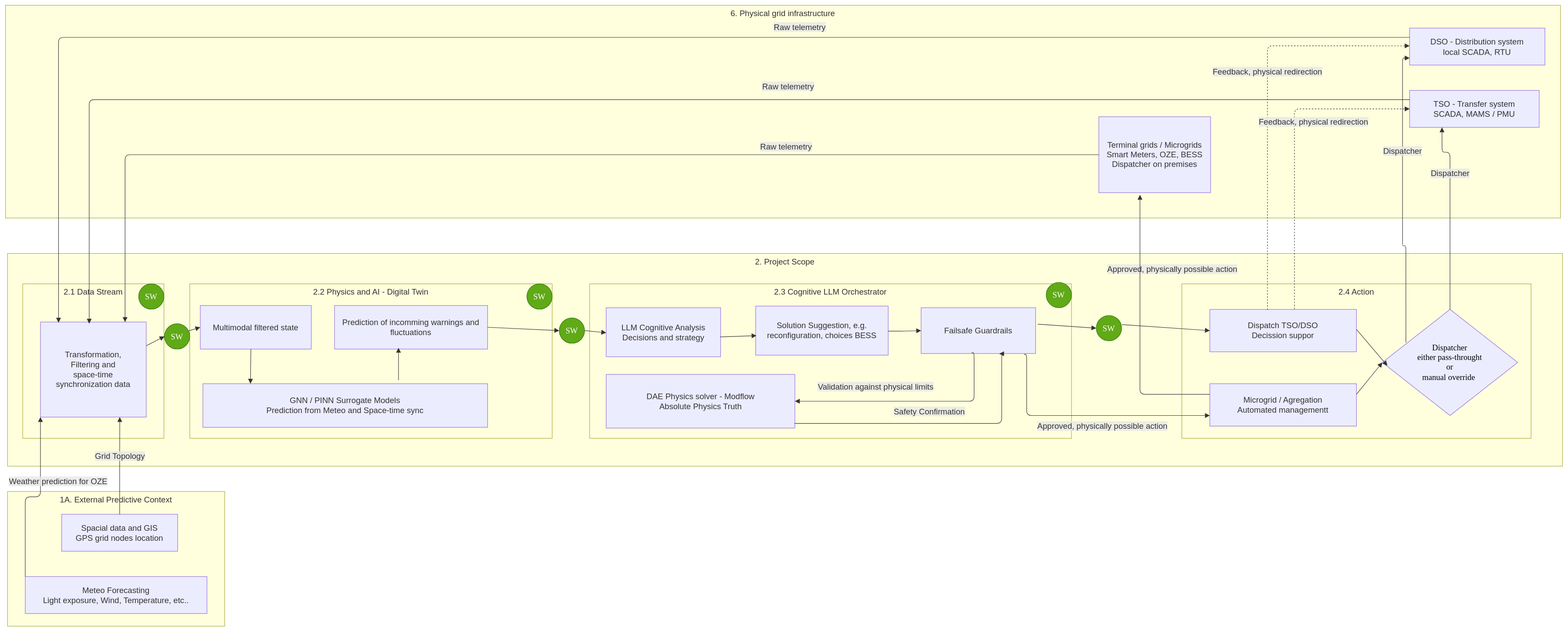
Earlier version of the draw.io export doc/GIP_architecture_weather_gpslocation_v2.svg (GIPmodels/gip-pilot). Source tidied: cells renumbered, new cells last; positions are measured from the earlier drawing's top-left corner, leaving out a move shared by most shapes.
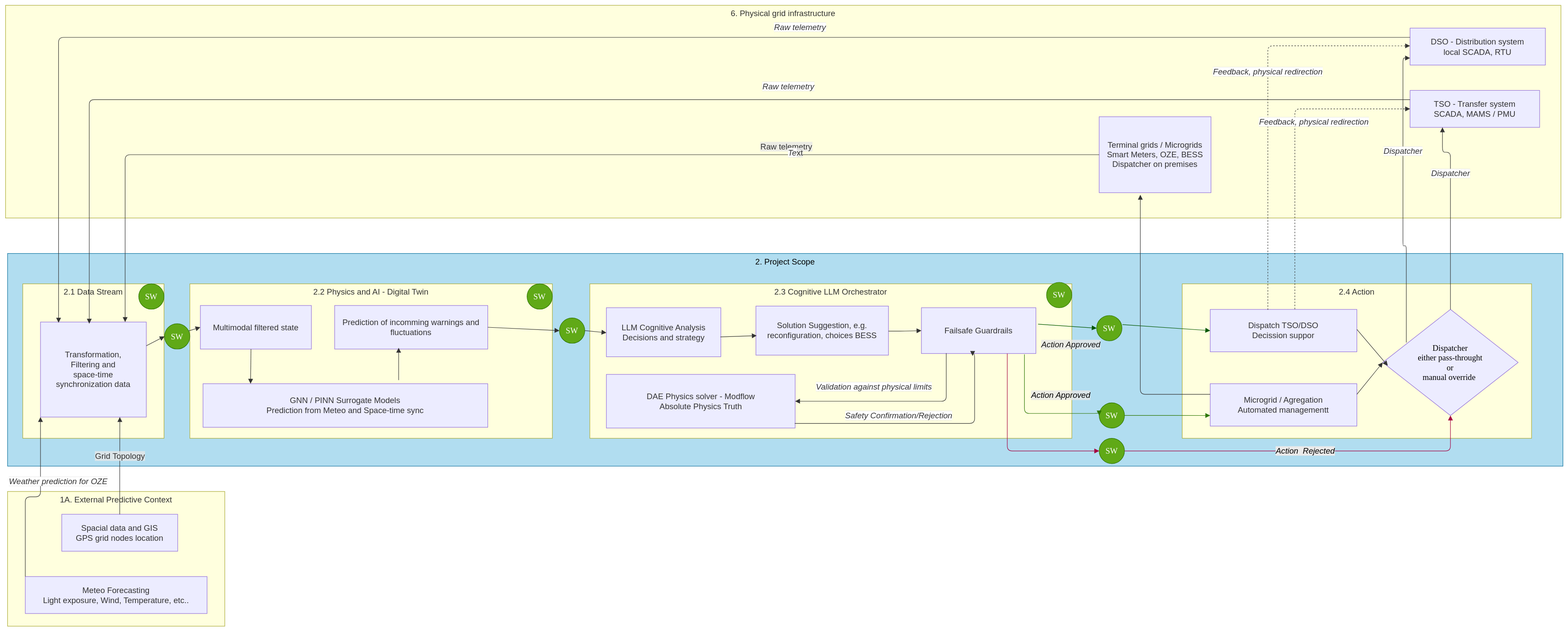
The same diagram one commit later.

Commit message:
chore: update of arch v2, rejected action

Change to the diagram source:
```diff
@@ -16,3 +16,3 @@
     </mxCell>
-    <mxCell id="6" value="2. Project Scope" style="html=1;whiteSpace=wrap;strokeWidth=1;verticalAlign=top;fillColor=light-dark(#ffffde,#1f2020);strokeColor=light-dark(#aaaa33,#cccccc);fontColor=light-dark(#333333,#cccccc);fontFamily=Trebuchet MS,Verdana,Arial,sans-serif;fontSize=16;" parent="2" vertex="1">
+    <mxCell id="6" value="2. Project Scope" style="html=1;whiteSpace=wrap;strokeWidth=1;verticalAlign=top;fillColor=#b1ddf0;strokeColor=#10739e;fontFamily=Trebuchet MS,Verdana,Arial,sans-serif;fontSize=16;" parent="2" vertex="1">
       <mxGeometry x="650" y="490" width="3072" height="420" as="geometry" />
@@ -72,13 +72,11 @@
     </mxCell>
-    <mxCell id="24" value="Validation against physical limits" style="startArrow=none;endArrow=block;endSize=7;strokeColor=light-dark(#333333,#cccccc);html=1;fontSize=16;labelBackgroundColor=light-dark(#E8E8E88D,#2a2a2a8D);fontFamily=Trebuchet MS,Verdana,Arial,sans-serif;fontColor=light-dark(#333333,#cccccc);exitX=0.441;exitY=0.98;entryX=1;entryY=0.5;rounded=1;entryDx=0;entryDy=0;exitDx=0;exitDy=0;exitPerimeter=0;edgeStyle=orthogonalEdgeStyle;" parent="17" edge="1" source="20" target="21">
-      <mxGeometry x="0.3" y="-29" relative="1" as="geometry">
-        <Array as="points">
-          <mxPoint x="759.6" y="231.8" />
-        </Array>
-      </mxGeometry>
+    <mxCell id="24" value="&lt;span style=&quot;background-color: light-dark(#ffffff, var(--ge-dark-color, #121212));&quot;&gt;&lt;i&gt;Validation against physical limits&lt;/i&gt;&lt;/span&gt;" style="startArrow=none;endArrow=block;endSize=7;strokeColor=light-dark(#333333,#cccccc);html=1;fontSize=16;labelBackgroundColor=light-dark(#E8E8E88D,#2a2a2a8D);fontFamily=Trebuchet MS,Verdana,Arial,sans-serif;fontColor=light-dark(#333333,#cccccc);exitX=0.217;exitY=0.993;entryX=1;entryY=0.5;rounded=1;entryDx=0;entryDy=0;exitDx=0;exitDy=0;exitPerimeter=0;edgeStyle=orthogonalEdgeStyle;" parent="17" edge="1" source="20" target="21">
+      <mxGeometry x="0.21" y="-29" relative="1" as="geometry" />
     </mxCell>
-    <mxCell id="25" value="Safety Confirmation" style="startArrow=none;endArrow=block;endSize=7;strokeColor=light-dark(#333333,#cccccc);html=1;fontSize=16;labelBackgroundColor=light-dark(#E8E8E88D,#2a2a2a8D);fontFamily=Trebuchet MS,Verdana,Arial,sans-serif;fontColor=light-dark(#333333,#cccccc);exitX=0.998;exitY=0.914;entryX=0.682;entryY=1.004;rounded=1;entryDx=0;entryDy=0;edgeStyle=orthogonalEdgeStyle;exitDx=0;exitDy=0;exitPerimeter=0;entryPerimeter=0;" parent="17" edge="1" source="21" target="20">
-      <mxGeometry x="-0.03" y="24" relative="1" as="geometry">
+    <mxCell id="25" value="&lt;span style=&quot;background-color: light-dark(#ffffff, var(--ge-dark-color, #121212));&quot;&gt;&lt;i&gt;Safety Confirmation/Rejection&lt;/i&gt;&lt;/span&gt;" style="startArrow=none;endArrow=block;endSize=7;strokeColor=light-dark(#333333,#cccccc);html=1;fontSize=16;labelBackgroundColor=light-dark(#E8E8E88D,#2a2a2a8D);fontFamily=Trebuchet MS,Verdana,Arial,sans-serif;fontColor=light-dark(#333333,#cccccc);exitX=0.998;exitY=0.914;entryX=0.447;entryY=1.052;rounded=1;entryDx=0;entryDy=0;edgeStyle=orthogonalEdgeStyle;exitDx=0;exitDy=0;exitPerimeter=0;entryPerimeter=0;" parent="17" edge="1" source="21" target="20">
+      <mxGeometry x="-0.18" y="16" relative="1" as="geometry">
         <Array as="points">
-          <mxPoint x="814.1" y="275.6" />
+          <mxPoint x="760" y="275.6" />
+          <mxPoint x="760" y="138" />
+          <mxPoint x="756" y="138" />
         </Array>
@@ -115,10 +113,10 @@
     </mxCell>
-    <mxCell id="35" value="Approved, physically possible action" style="curved=0;startArrow=none;endArrow=block;endSize=7;strokeColor=light-dark(#333333,#cccccc);html=1;fontSize=16;labelBackgroundColor=light-dark(#E8E8E88D,#2a2a2a8D);fontFamily=Trebuchet MS,Verdana,Arial,sans-serif;fontColor=light-dark(#333333,#cccccc);exitX=1.019;exitY=0.359;entryX=0;entryY=0.5;rounded=1;entryDx=0;entryDy=0;exitDx=0;exitDy=0;exitPerimeter=0;" parent="6" edge="1" source="41" target="28">
-      <mxGeometry x="0.05" y="116" relative="1" as="geometry" />
+    <mxCell id="35" value="&lt;span style=&quot;color: light-dark(rgb(18, 18, 18), rgb(128, 255, 0));&quot;&gt;&lt;i&gt;Action Approved&lt;/i&gt;&lt;/span&gt;" style="curved=0;startArrow=none;endArrow=block;endSize=7;strokeColor=#005700;html=1;fontSize=16;labelBackgroundColor=light-dark(#E8E8E88D,#2a2a2a8D);fontFamily=Trebuchet MS,Verdana,Arial,sans-serif;fontColor=light-dark(#333333,#cccccc);exitX=1.019;exitY=0.359;entryX=0;entryY=0.5;rounded=1;entryDx=0;entryDy=0;exitDx=0;exitDy=0;exitPerimeter=0;fillColor=#008a00;" parent="6" edge="1" source="41" target="28">
+      <mxGeometry x="-1" y="-109" relative="1" as="geometry">
+        <mxPoint x="-94" y="-69" as="offset" />
+      </mxGeometry>
     </mxCell>
-    <mxCell id="36" value="Approved, physically possible action" style="startArrow=none;endArrow=block;endSize=7;strokeColor=light-dark(#333333,#cccccc);html=1;fontSize=16;labelBackgroundColor=light-dark(#E8E8E88D,#2a2a2a8D);fontFamily=Trebuchet MS,Verdana,Arial,sans-serif;fontColor=light-dark(#333333,#cccccc);exitX=0.9;exitY=1.018;entryX=0;entryY=0.75;rounded=1;entryDx=0;entryDy=0;exitDx=0;exitDy=0;edgeStyle=orthogonalEdgeStyle;exitPerimeter=0;" parent="6" edge="1" source="20" target="31">
-      <mxGeometry x="0.13" y="-21" relative="1" as="geometry">
-        <Array as="points">
-          <mxPoint x="2013.4" y="320" />
-        </Array>
+    <mxCell id="36" value="&lt;span style=&quot;color: light-dark(rgb(0, 0, 0), rgb(153, 255, 51));&quot;&gt;&lt;i&gt;Action Approved&lt;/i&gt;&lt;/span&gt;" style="startArrow=none;endArrow=block;endSize=7;strokeColor=#2D7600;html=1;fontSize=16;labelBackgroundColor=light-dark(#E8E8E88D,#2a2a2a8D);fontFamily=Trebuchet MS,Verdana,Arial,sans-serif;fontColor=light-dark(#333333,#cccccc);entryX=0;entryY=0.75;rounded=1;entryDx=0;entryDy=0;edgeStyle=orthogonalEdgeStyle;fillColor=#60a917;" parent="6" edge="1" source="57" target="31">
+      <mxGeometry x="-1" y="132" relative="1" as="geometry">
+        <mxPoint x="-126" y="92" as="offset" />
       </mxGeometry>
@@ -140,5 +138,32 @@
     </mxCell>
-    <mxCell id="42" style="curved=0;startArrow=none;endArrow=block;endSize=7;strokeColor=light-dark(#333333,#cccccc);html=1;fontSize=16;labelBackgroundColor=light-dark(#E8E8E88D,#2a2a2a8D);fontFamily=Trebuchet MS,Verdana,Arial,sans-serif;fontColor=light-dark(#333333,#cccccc);exitX=1.019;exitY=0.359;entryX=0;entryY=0.5;rounded=1;entryDx=0;entryDy=0;exitDx=0;exitDy=0;exitPerimeter=0;" parent="6" edge="1" source="20" target="41">
+    <mxCell id="42" style="curved=0;startArrow=none;endArrow=block;endSize=7;strokeColor=#005700;html=1;fontSize=16;labelBackgroundColor=light-dark(#E8E8E88D,#2a2a2a8D);fontFamily=Trebuchet MS,Verdana,Arial,sans-serif;fontColor=light-dark(#333333,#cccccc);exitX=1.019;exitY=0.359;entryX=0;entryY=0.5;rounded=1;entryDx=0;entryDy=0;exitDx=0;exitDy=0;exitPerimeter=0;fillColor=#008a00;" parent="6" edge="1" source="20" target="41">
       <mxGeometry x="0.05" y="116" relative="1" as="geometry" />
     </mxCell>
+    <mxCell id="57" value="&lt;font style=&quot;font-size: 16px;&quot; face=&quot;Verdana&quot;&gt;&lt;div&gt;&lt;span style=&quot;text-decoration-line: inherit; background-color: transparent; color: light-dark(rgb(255, 255, 255), rgb(255, 255, 255));&quot;&gt;SW&lt;/span&gt;&lt;/div&gt;&lt;/font&gt;" style="ellipse;whiteSpace=wrap;html=1;shapeInside=1;fillColor=#60a917;fontColor=#ffffff;strokeColor=#2D7600;" parent="6" vertex="1">
+      <mxGeometry x="2156" y="294.9" width="50" height="50" as="geometry" />
+    </mxCell>
+    <mxCell id="58" style="startArrow=none;endArrow=block;endSize=7;strokeColor=#2D7600;html=1;fontSize=16;labelBackgroundColor=light-dark(#E8E8E88D,#2a2a2a8D);fontFamily=Trebuchet MS,Verdana,Arial,sans-serif;fontColor=light-dark(#333333,#cccccc);exitX=0.9;exitY=1.018;rounded=1;exitDx=0;exitDy=0;edgeStyle=orthogonalEdgeStyle;exitPerimeter=0;entryX=0;entryY=0.5;entryDx=0;entryDy=0;fillColor=#60a917;" parent="6" edge="1" source="20" target="57">
+      <mxGeometry x="0.2" y="-50" relative="1" as="geometry">
+        <Array as="points">
+          <mxPoint x="2008.4" y="315.9" />
+        </Array>
+      </mxGeometry>
+    </mxCell>
+    <mxCell id="59" value="&lt;span style=&quot;color: light-dark(rgb(0, 0, 0), rgb(255, 51, 51)); background-color: rgb(235, 235, 235);&quot;&gt;&lt;i&gt;Action&amp;nbsp; Rejected&lt;/i&gt;&lt;/span&gt;" style="edgeStyle=orthogonalEdgeStyle;shape=connector;curved=0;rounded=1;jettySize=auto;html=1;entryX=0.5;entryY=1;entryDx=0;entryDy=0;strokeColor=#A50040;align=center;verticalAlign=middle;fontFamily=Trebuchet MS,Verdana,Arial,sans-serif;fontSize=16;fontColor=light-dark(#333333,#cccccc);labelBackgroundColor=light-dark(#E8E8E88D,#2a2a2a8D);startArrow=none;endArrow=block;endSize=7;fillColor=#d80073;exitX=1;exitY=0.5;exitDx=0;exitDy=0;" parent="6" edge="1" source="60" target="29">
+      <mxGeometry relative="1" as="geometry">
+        <Array as="points">
+          <mxPoint x="2849.8" y="390" />
+        </Array>
+      </mxGeometry>
+    </mxCell>
+    <mxCell id="60" value="&lt;font style=&quot;font-size: 16px;&quot; face=&quot;Verdana&quot;&gt;&lt;div&gt;&lt;span style=&quot;text-decoration-line: inherit; background-color: transparent; color: light-dark(rgb(255, 255, 255), rgb(255, 255, 255));&quot;&gt;SW&lt;/span&gt;&lt;/div&gt;&lt;/font&gt;" style="ellipse;whiteSpace=wrap;html=1;shapeInside=1;fillColor=#60a917;fontColor=#ffffff;strokeColor=#2D7600;" parent="6" vertex="1">
+      <mxGeometry x="2156" y="365" width="50" height="50" as="geometry" />
+    </mxCell>
+    <mxCell id="61" style="edgeStyle=orthogonalEdgeStyle;shape=connector;curved=0;rounded=1;jettySize=auto;html=1;exitX=0.75;exitY=1;exitDx=0;exitDy=0;strokeColor=#A50040;align=center;verticalAlign=middle;fontFamily=Trebuchet MS,Verdana,Arial,sans-serif;fontSize=16;fontColor=light-dark(#333333,#cccccc);labelBackgroundColor=light-dark(#E8E8E88D,#2a2a2a8D);startArrow=none;endArrow=block;endSize=7;fillColor=#d80073;entryX=0;entryY=0.5;entryDx=0;entryDy=0;" parent="6" edge="1" source="20" target="60">
+      <mxGeometry relative="1" as="geometry">
+        <Array as="points">
+          <mxPoint x="1974.5" y="390" />
+        </Array>
+      </mxGeometry>
+    </mxCell>
     <mxCell id="43" value="6. Physical grid infrastructure" style="html=1;whiteSpace=wrap;strokeWidth=1;verticalAlign=top;fillColor=light-dark(#ffffde,#1f2020);strokeColor=light-dark(#aaaa33,#cccccc);fontColor=light-dark(#333333,#cccccc);fontFamily=Trebuchet MS,Verdana,Arial,sans-serif;fontSize=16;" parent="2" vertex="1">
@@ -155,3 +180,3 @@
     </mxCell>
-    <mxCell id="47" value="Weather prediction for OZE" style="startArrow=none;endArrow=block;endSize=7;strokeColor=light-dark(#333333,#cccccc);html=1;fontSize=16;labelBackgroundColor=light-dark(#E8E8E88D,#2a2a2a8D);fontFamily=Trebuchet MS,Verdana,Arial,sans-serif;fontColor=light-dark(#333333,#cccccc);exitX=0;exitY=0;entryX=0;entryY=1;rounded=1;entryDx=0;entryDy=0;edgeStyle=orthogonalEdgeStyle;exitDx=0;exitDy=0;" parent="2" edge="1" source="4" target="8">
+    <mxCell id="47" value="&lt;span style=&quot;background-color: light-dark(#ffffff, var(--ge-dark-color, #121212));&quot;&gt;&lt;i&gt;Weather prediction for OZE&lt;/i&gt;&lt;/span&gt;" style="startArrow=none;endArrow=block;endSize=7;strokeColor=light-dark(#333333,#cccccc);html=1;fontSize=16;labelBackgroundColor=light-dark(#E8E8E88D,#2a2a2a8D);fontFamily=Trebuchet MS,Verdana,Arial,sans-serif;fontColor=light-dark(#333333,#cccccc);exitX=0;exitY=0;entryX=0;entryY=1;rounded=1;entryDx=0;entryDy=0;edgeStyle=orthogonalEdgeStyle;exitDx=0;exitDy=0;" parent="2" edge="1" source="4" target="8">
       <mxGeometry x="0.26" y="-35" relative="1" as="geometry" />
@@ -161,3 +186,3 @@
     </mxCell>
-    <mxCell id="49" value="Dispatcher" style="startArrow=none;endArrow=block;endSize=7;strokeColor=light-dark(#333333,#cccccc);html=1;fontSize=16;labelBackgroundColor=light-dark(#E8E8E88D,#2a2a2a8D);fontFamily=Trebuchet MS,Verdana,Arial,sans-serif;fontColor=light-dark(#333333,#cccccc);entryX=0;entryY=0.81;rounded=1;edgeStyle=orthogonalEdgeStyle;exitX=0.174;exitY=0.312;exitDx=0;exitDy=0;exitPerimeter=0;" parent="2" edge="1" source="29" target="45">
+    <mxCell id="49" value="&lt;span style=&quot;background-color: light-dark(#ffffff, var(--ge-dark-color, #121212));&quot;&gt;&lt;i&gt;Dispatcher&lt;/i&gt;&lt;/span&gt;" style="startArrow=none;endArrow=block;endSize=7;strokeColor=light-dark(#333333,#cccccc);html=1;fontSize=16;labelBackgroundColor=light-dark(#E8E8E88D,#2a2a2a8D);fontFamily=Trebuchet MS,Verdana,Arial,sans-serif;fontColor=light-dark(#333333,#cccccc);entryX=0;entryY=0.81;rounded=1;edgeStyle=orthogonalEdgeStyle;exitX=0.174;exitY=0.312;exitDx=0;exitDy=0;exitPerimeter=0;" parent="2" edge="1" source="29" target="45">
       <mxGeometry x="0.32" relative="1" as="geometry">
@@ -170,6 +195,6 @@
     </mxCell>
-    <mxCell id="50" value="Feedback, physical redirection" style="startArrow=none;endArrow=block;endSize=7;strokeWidth=1;dashed=1;strokeColor=light-dark(#333333,#cccccc);html=1;fontSize=16;labelBackgroundColor=light-dark(#E8E8E88D,#2a2a2a8D);fontFamily=Trebuchet MS,Verdana,Arial,sans-serif;fontColor=light-dark(#333333,#cccccc);entryX=0;entryY=0.48;fixDash=1;rounded=1;exitX=0.393;exitY=0.01;exitDx=0;exitDy=0;exitPerimeter=0;edgeStyle=orthogonalEdgeStyle;" parent="2" edge="1" source="28" target="45">
+    <mxCell id="50" value="&lt;span style=&quot;background-color: light-dark(#ffffff, var(--ge-dark-color, #121212));&quot;&gt;&lt;i&gt;Feedback, physical redirection&lt;/i&gt;&lt;/span&gt;" style="startArrow=none;endArrow=block;endSize=7;strokeWidth=1;dashed=1;strokeColor=light-dark(#333333,#cccccc);html=1;fontSize=16;labelBackgroundColor=light-dark(#E8E8E88D,#2a2a2a8D);fontFamily=Trebuchet MS,Verdana,Arial,sans-serif;fontColor=light-dark(#333333,#cccccc);entryX=0;entryY=0.48;fixDash=1;rounded=1;exitX=0.393;exitY=0.01;exitDx=0;exitDy=0;exitPerimeter=0;edgeStyle=orthogonalEdgeStyle;" parent="2" edge="1" source="28" target="45">
       <mxGeometry x="0.17" relative="1" as="geometry" />
     </mxCell>
-    <mxCell id="51" value="Feedback, physical redirection" style="startArrow=none;endArrow=block;endSize=7;strokeWidth=1;dashed=1;strokeColor=light-dark(#333333,#cccccc);html=1;fontSize=16;labelBackgroundColor=light-dark(#E8E8E88D,#2a2a2a8D);fontFamily=Trebuchet MS,Verdana,Arial,sans-serif;fontColor=light-dark(#333333,#cccccc);exitX=0.577;exitY=-0.005;entryX=0;entryY=0.5;fixDash=1;rounded=1;entryDx=0;entryDy=0;exitDx=0;exitDy=0;exitPerimeter=0;edgeStyle=orthogonalEdgeStyle;" parent="2" edge="1" source="28" target="44">
+    <mxCell id="51" value="&lt;i style=&quot;background-color: light-dark(#ffffff, var(--ge-dark-color, #121212));&quot;&gt;Feedback, physical redirection&lt;/i&gt;" style="startArrow=none;endArrow=block;endSize=7;strokeWidth=1;dashed=1;strokeColor=light-dark(#333333,#cccccc);html=1;fontSize=16;labelBackgroundColor=light-dark(#E8E8E88D,#2a2a2a8D);fontFamily=Trebuchet MS,Verdana,Arial,sans-serif;fontColor=light-dark(#333333,#cccccc);exitX=0.577;exitY=-0.005;entryX=0;entryY=0.5;fixDash=1;rounded=1;entryDx=0;entryDy=0;exitDx=0;exitDy=0;exitPerimeter=0;edgeStyle=orthogonalEdgeStyle;" parent="2" edge="1" source="28" target="44">
       <mxGeometry x="0.39" y="-25" relative="1" as="geometry" />
@@ -179,9 +204,12 @@
     </mxCell>
+    <mxCell id="62" value="&lt;span style=&quot;background-color: light-dark(#ffffff, var(--ge-dark-color, #121212));&quot;&gt;&lt;i&gt;Te&lt;/i&gt;&lt;/span&gt;xt" style="edgeLabel;html=1;align=center;verticalAlign=middle;fontFamily=Trebuchet MS,Verdana,Arial,sans-serif;fontSize=16;fontColor=light-dark(#333333,#cccccc);labelBackgroundColor=light-dark(#E8E8E88D,#2a2a2a8D);" parent="52" vertex="1">
+      <mxGeometry x="-0.47" y="-5" relative="1" as="geometry" />
+    </mxCell>
-    <mxCell id="53" value="Raw telemetry" style="startArrow=none;endArrow=block;endSize=7;strokeColor=light-dark(#333333,#cccccc);html=1;fontSize=16;labelBackgroundColor=light-dark(#E8E8E88D,#2a2a2a8D);fontFamily=Trebuchet MS,Verdana,Arial,sans-serif;fontColor=light-dark(#333333,#cccccc);exitX=0;exitY=0.25;rounded=1;exitDx=0;exitDy=0;edgeStyle=orthogonalEdgeStyle;entryX=0.461;entryY=0.017;entryDx=0;entryDy=0;entryPerimeter=0;" parent="2" edge="1" source="44" target="8">
+    <mxCell id="53" value="&lt;i style=&quot;background-color: light-dark(#ffffff, var(--ge-dark-color, #121212));&quot;&gt;Raw telemetry&lt;/i&gt;" style="startArrow=none;endArrow=block;endSize=7;strokeColor=light-dark(#333333,#cccccc);html=1;fontSize=16;labelBackgroundColor=light-dark(#E8E8E88D,#2a2a2a8D);fontFamily=Trebuchet MS,Verdana,Arial,sans-serif;fontColor=light-dark(#333333,#cccccc);exitX=0;exitY=0.25;rounded=1;exitDx=0;exitDy=0;edgeStyle=orthogonalEdgeStyle;entryX=0.461;entryY=0.017;entryDx=0;entryDy=0;entryPerimeter=0;" parent="2" edge="1" source="44" target="8">
       <mxGeometry x="-0.2" y="-26" relative="1" as="geometry" />
     </mxCell>
-    <mxCell id="54" value="Raw telemetry" style="startArrow=none;endArrow=block;endSize=7;strokeColor=light-dark(#333333,#cccccc);html=1;fontSize=16;labelBackgroundColor=light-dark(#E8E8E88D,#2a2a2a8D);fontFamily=Trebuchet MS,Verdana,Arial,sans-serif;fontColor=light-dark(#333333,#cccccc);exitX=0;exitY=0.25;entryX=0.171;entryY=0.007;rounded=1;exitDx=0;exitDy=0;entryDx=0;entryDy=0;entryPerimeter=0;edgeStyle=orthogonalEdgeStyle;" parent="2" edge="1" source="45" target="8">
+    <mxCell id="54" value="&lt;span style=&quot;background-color: light-dark(#ffffff, var(--ge-dark-color, #121212));&quot;&gt;&lt;i&gt;Raw telemetry&lt;/i&gt;&lt;/span&gt;" style="startArrow=none;endArrow=block;endSize=7;strokeColor=light-dark(#333333,#cccccc);html=1;fontSize=16;labelBackgroundColor=light-dark(#E8E8E88D,#2a2a2a8D);fontFamily=Trebuchet MS,Verdana,Arial,sans-serif;fontColor=light-dark(#333333,#cccccc);exitX=0;exitY=0.25;entryX=0.171;entryY=0.007;rounded=1;exitDx=0;exitDy=0;entryDx=0;entryDy=0;entryPerimeter=0;edgeStyle=orthogonalEdgeStyle;" parent="2" edge="1" source="45" target="8">
       <mxGeometry x="-0.25" y="-20" relative="1" as="geometry" />
     </mxCell>
-    <mxCell id="55" value="Dispatcher" style="startArrow=none;endArrow=block;endSize=7;strokeColor=light-dark(#333333,#cccccc);html=1;fontSize=16;labelBackgroundColor=light-dark(#E8E8E88D,#2a2a2a8D);fontFamily=Trebuchet MS,Verdana,Arial,sans-serif;fontColor=light-dark(#333333,#cccccc);rounded=1;edgeStyle=orthogonalEdgeStyle;exitX=0.5;exitY=0;exitDx=0;exitDy=0;entryX=0.25;entryY=1;entryDx=0;entryDy=0;" parent="2" edge="1" source="29" target="44">
+    <mxCell id="55" value="&lt;span style=&quot;background-color: light-dark(#ffffff, var(--ge-dark-color, #121212));&quot;&gt;&lt;i&gt;Dispatcher&lt;/i&gt;&lt;/span&gt;" style="startArrow=none;endArrow=block;endSize=7;strokeColor=light-dark(#333333,#cccccc);html=1;fontSize=16;labelBackgroundColor=light-dark(#E8E8E88D,#2a2a2a8D);fontFamily=Trebuchet MS,Verdana,Arial,sans-serif;fontColor=light-dark(#333333,#cccccc);rounded=1;edgeStyle=orthogonalEdgeStyle;exitX=0.5;exitY=0;exitDx=0;exitDy=0;entryX=0.25;entryY=1;entryDx=0;entryDy=0;" parent="2" edge="1" source="29" target="44">
       <mxGeometry x="0.43" relative="1" as="geometry">
```
